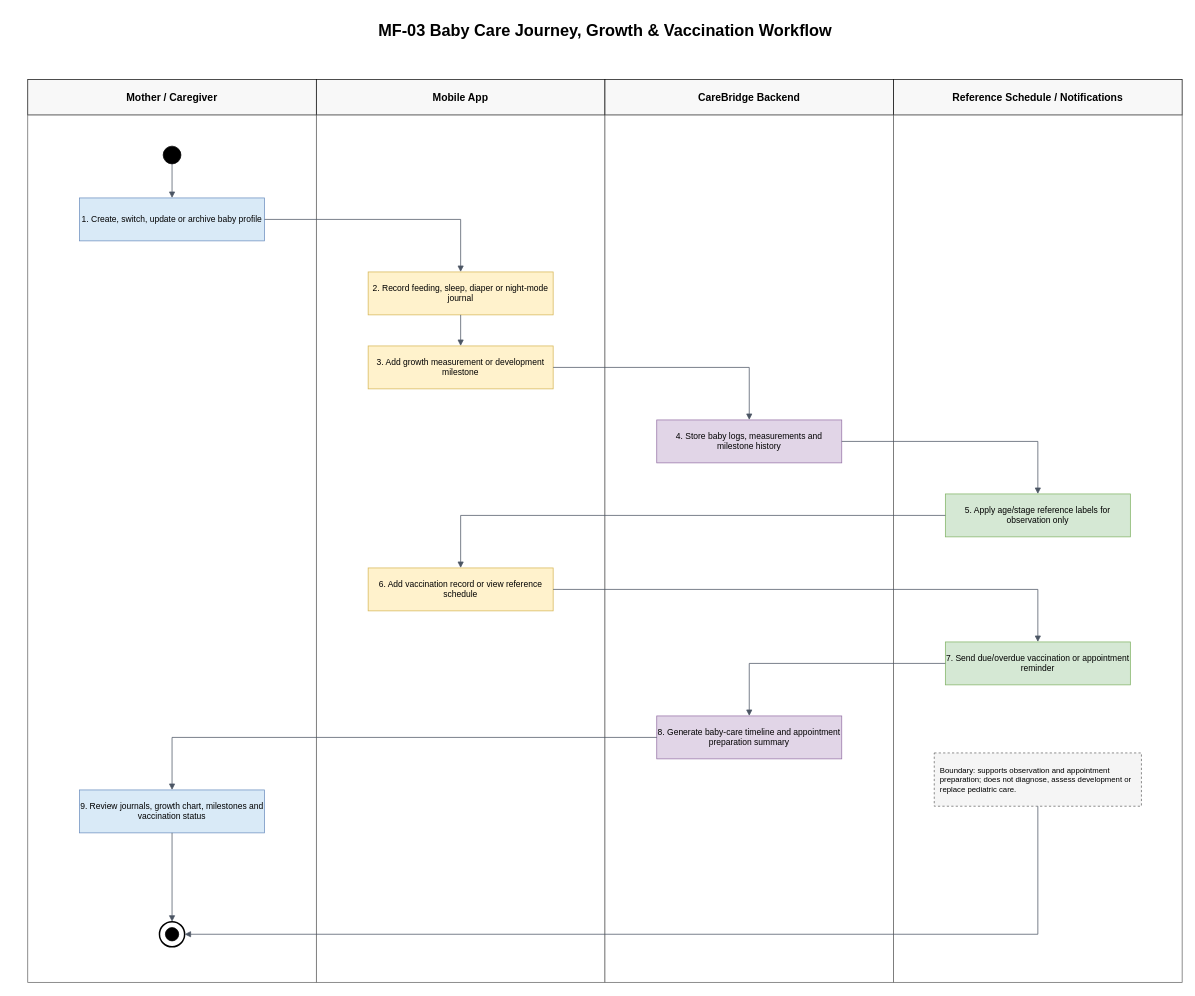
Before: page "MF-03 Baby Care Journey, Growth & Vaccination Workflow" (3 of 7) of 03_Design/ActivityDiagram/CareBridge-Main-Workflows.drawio in ChuongBDHE172784/CareBridge_SEP490_G79, a draw.io diagram. Source tidied: cells renumbered, new cells numbered last; positions are measured from the earlier drawing's top-left corner, leaving out a move shared by most shapes. Both pictures are drawn from the tidied source at 74%, with x=0, y=0 at pixel (27, 13).
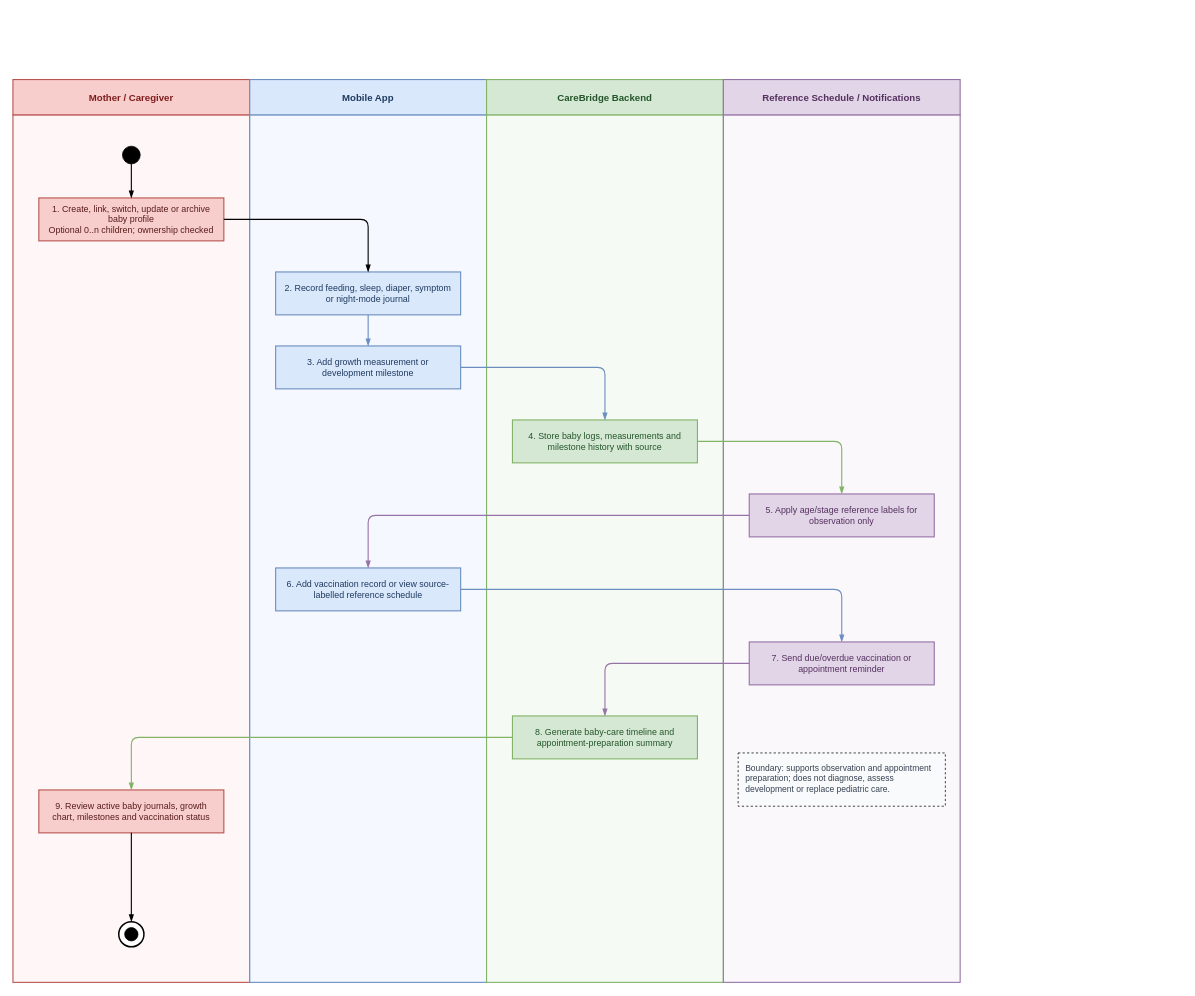
The same diagram, later.

The edit, as a diff of the source:
```diff
@@
-    <mxCell id="2" value="MF-03 Baby Care Journey, Growth &amp; Vaccination Workflow" style="text;html=1;strokeColor=none;fillColor=none;fontFamily=Arial;fontSize=22;fontStyle=1;align=center;verticalAlign=middle;" parent="1" vertex="1">
-      <mxGeometry width="1560" height="50" as="geometry" />
-    </mxCell>
-    <mxCell id="3" value="Mother / Caregiver" style="rounded=0;whiteSpace=wrap;html=1;fillColor=#f8f8f8;strokeColor=#111111;strokeWidth=1;fontStyle=1;fontSize=14;fontFamily=Arial;" parent="1" vertex="1">
-      <mxGeometry y="90" width="390" height="48" as="geometry" />
+    <mxCell id="3" value="Mother / Caregiver" style="rounded=0;whiteSpace=wrap;html=1;fillColor=#F8CECC;strokeColor=#B85450;strokeWidth=1.5;fontStyle=1;fontSize=13;fontFamily=Arial;fontColor=#7F1D1D;align=center;verticalAlign=middle;" parent="1" vertex="1">
+      <mxGeometry x="-20" y="90" width="320" height="48" as="geometry" />
     </mxCell>
-    <mxCell id="4" style="rounded=0;whiteSpace=wrap;html=1;fillColor=#ffffff;strokeColor=#666666;strokeWidth=1;fontFamily=Arial;" parent="1" vertex="1">
-      <mxGeometry y="138" width="390" height="1172" as="geometry" />
+    <mxCell id="4" style="rounded=0;whiteSpace=wrap;html=1;fillColor=#FFF7F7;strokeColor=#B85450;strokeWidth=1.5;fontFamily=Arial;" parent="1" vertex="1">
+      <mxGeometry x="-20" y="138" width="320" height="1172" as="geometry" />
     </mxCell>
-    <mxCell id="5" value="Mobile App" style="rounded=0;whiteSpace=wrap;html=1;fillColor=#f8f8f8;strokeColor=#111111;strokeWidth=1;fontStyle=1;fontSize=14;fontFamily=Arial;" parent="1" vertex="1">
-      <mxGeometry x="390" y="90" width="390" height="48" as="geometry" />
+    <mxCell id="5" value="Mobile App" style="rounded=0;whiteSpace=wrap;html=1;fillColor=#DAE8FC;strokeColor=#6C8EBF;strokeWidth=1.5;fontStyle=1;fontSize=13;fontFamily=Arial;fontColor=#1E3A5F;align=center;verticalAlign=middle;" parent="1" vertex="1">
+      <mxGeometry x="300" y="90" width="320" height="48" as="geometry" />
     </mxCell>
-    <mxCell id="6" style="rounded=0;whiteSpace=wrap;html=1;fillColor=#ffffff;strokeColor=#666666;strokeWidth=1;fontFamily=Arial;" parent="1" vertex="1">
-      <mxGeometry x="390" y="138" width="390" height="1172" as="geometry" />
+    <mxCell id="6" style="rounded=0;whiteSpace=wrap;html=1;fillColor=#F5F9FF;strokeColor=#6C8EBF;strokeWidth=1.5;fontFamily=Arial;" parent="1" vertex="1">
+      <mxGeometry x="300" y="138" width="320" height="1172" as="geometry" />
     </mxCell>
-    <mxCell id="7" value="CareBridge Backend" style="rounded=0;whiteSpace=wrap;html=1;fillColor=#f8f8f8;strokeColor=#111111;strokeWidth=1;fontStyle=1;fontSize=14;fontFamily=Arial;" parent="1" vertex="1">
-      <mxGeometry x="780" y="90" width="390" height="48" as="geometry" />
+    <mxCell id="7" value="CareBridge Backend" style="rounded=0;whiteSpace=wrap;html=1;fillColor=#D5E8D4;strokeColor=#82B366;strokeWidth=1.5;fontStyle=1;fontSize=13;fontFamily=Arial;fontColor=#24552A;align=center;verticalAlign=middle;" parent="1" vertex="1">
+      <mxGeometry x="620" y="90" width="320" height="48" as="geometry" />
     </mxCell>
-    <mxCell id="8" style="rounded=0;whiteSpace=wrap;html=1;fillColor=#ffffff;strokeColor=#666666;strokeWidth=1;fontFamily=Arial;" parent="1" vertex="1">
-      <mxGeometry x="780" y="138" width="390" height="1172" as="geometry" />
+    <mxCell id="8" style="rounded=0;whiteSpace=wrap;html=1;fillColor=#F5FBF4;strokeColor=#82B366;strokeWidth=1.5;fontFamily=Arial;" parent="1" vertex="1">
+      <mxGeometry x="620" y="138" width="320" height="1172" as="geometry" />
     </mxCell>
-    <mxCell id="9" value="Reference Schedule / Notifications" style="rounded=0;whiteSpace=wrap;html=1;fillColor=#f8f8f8;strokeColor=#111111;strokeWidth=1;fontStyle=1;fontSize=14;fontFamily=Arial;" parent="1" vertex="1">
-      <mxGeometry x="1170" y="90" width="390" height="48" as="geometry" />
+    <mxCell id="9" value="Reference Schedule / Notifications" style="rounded=0;whiteSpace=wrap;html=1;fillColor=#E1D5E7;strokeColor=#9673A6;strokeWidth=1.5;fontStyle=1;fontSize=13;fontFamily=Arial;fontColor=#55305F;align=center;verticalAlign=middle;" parent="1" vertex="1">
+      <mxGeometry x="940" y="90" width="320" height="48" as="geometry" />
     </mxCell>
-    <mxCell id="10" style="rounded=0;whiteSpace=wrap;html=1;fillColor=#ffffff;strokeColor=#666666;strokeWidth=1;fontFamily=Arial;" parent="1" vertex="1">
-      <mxGeometry x="1170" y="138" width="390" height="1172" as="geometry" />
+    <mxCell id="10" style="rounded=0;whiteSpace=wrap;html=1;fillColor=#FBF8FC;strokeColor=#9673A6;strokeWidth=1.5;fontFamily=Arial;" parent="1" vertex="1">
+      <mxGeometry x="940" y="138" width="320" height="1172" as="geometry" />
     </mxCell>
     <mxCell id="11" style="ellipse;whiteSpace=wrap;html=1;fillColor=#000000;strokeColor=#000000;strokeWidth=1;fontSize=1;fontColor=#000000;" parent="1" vertex="1">
-      <mxGeometry x="183" y="180" width="24" height="24" as="geometry" />
+      <mxGeometry x="128" y="180" width="24" height="24" as="geometry" />
     </mxCell>
-    <mxCell id="12" value="1. Create, switch, update or archive baby profile" style="rounded=0;whiteSpace=wrap;html=1;fillColor=#d9eaf7;strokeColor=#6c8ebf;fontSize=11.5;fontFamily=Arial;align=center;verticalAlign=middle;" parent="1" vertex="1">
-      <mxGeometry x="70" y="250" width="250" height="58" as="geometry" />
+    <mxCell id="12" value="1. Create, link, switch, update or archive baby profile&#10;Optional 0..n children; ownership checked" style="rounded=0;whiteSpace=wrap;html=1;fillColor=#F8CECC;strokeColor=#B85450;strokeWidth=1.5;fontFamily=Arial;fontSize=12;fontColor=#581C1C;align=center;verticalAlign=middle;spacing=8;" parent="1" vertex="1">
+      <mxGeometry x="15" y="250" width="250" height="58" as="geometry" />
     </mxCell>
-    <mxCell id="13" value="2. Record feeding, sleep, diaper or night-mode journal" style="rounded=0;whiteSpace=wrap;html=1;fillColor=#fff2cc;strokeColor=#d6b656;fontSize=11.5;fontFamily=Arial;align=center;verticalAlign=middle;" parent="1" vertex="1">
-      <mxGeometry x="460" y="350" width="250" height="58" as="geometry" />
+    <mxCell id="13" value="2. Record feeding, sleep, diaper, symptom or night-mode journal" style="rounded=0;whiteSpace=wrap;html=1;fillColor=#DAE8FC;strokeColor=#6C8EBF;strokeWidth=1.5;fontFamily=Arial;fontSize=12;fontColor=#1E3A5F;align=center;verticalAlign=middle;spacing=8;" parent="1" vertex="1">
+      <mxGeometry x="335" y="350" width="250" height="58" as="geometry" />
     </mxCell>
-    <mxCell id="14" value="3. Add growth measurement or development milestone" style="rounded=0;whiteSpace=wrap;html=1;fillColor=#fff2cc;strokeColor=#d6b656;fontSize=11.5;fontFamily=Arial;align=center;verticalAlign=middle;" parent="1" vertex="1">
-      <mxGeometry x="460" y="450" width="250" height="58" as="geometry" />
+    <mxCell id="14" value="3. Add growth measurement or development milestone" style="rounded=0;whiteSpace=wrap;html=1;fillColor=#DAE8FC;strokeColor=#6C8EBF;strokeWidth=1.5;fontFamily=Arial;fontSize=12;fontColor=#1E3A5F;align=center;verticalAlign=middle;spacing=8;" parent="1" vertex="1">
+      <mxGeometry x="335" y="450" width="250" height="58" as="geometry" />
     </mxCell>
-    <mxCell id="15" value="4. Store baby logs, measurements and milestone history" style="rounded=0;whiteSpace=wrap;html=1;fillColor=#e1d5e7;strokeColor=#9673a6;fontSize=11.5;fontFamily=Arial;align=center;verticalAlign=middle;" parent="1" vertex="1">
-      <mxGeometry x="850" y="550" width="250" height="58" as="geometry" />
+    <mxCell id="15" value="4. Store baby logs, measurements and milestone history with source" style="rounded=0;whiteSpace=wrap;html=1;fillColor=#D5E8D4;strokeColor=#82B366;strokeWidth=1.5;fontFamily=Arial;fontSize=12;fontColor=#24552A;align=center;verticalAlign=middle;spacing=8;" parent="1" vertex="1">
+      <mxGeometry x="655" y="550" width="250" height="58" as="geometry" />
     </mxCell>
-    <mxCell id="16" value="5. Apply age/stage reference labels for observation only" style="rounded=0;whiteSpace=wrap;html=1;fillColor=#d5e8d4;strokeColor=#82b366;fontSize=11.5;fontFamily=Arial;align=center;verticalAlign=middle;" parent="1" vertex="1">
-      <mxGeometry x="1240" y="650" width="250" height="58" as="geometry" />
+    <mxCell id="16" value="5. Apply age/stage reference labels for observation only" style="rounded=0;whiteSpace=wrap;html=1;fillColor=#E1D5E7;strokeColor=#9673A6;strokeWidth=1.5;fontFamily=Arial;fontSize=12;fontColor=#55305F;align=center;verticalAlign=middle;spacing=8;" parent="1" vertex="1">
+      <mxGeometry x="975" y="650" width="250" height="58" as="geometry" />
     </mxCell>
-    <mxCell id="17" value="6. Add vaccination record or view reference schedule" style="rounded=0;whiteSpace=wrap;html=1;fillColor=#fff2cc;strokeColor=#d6b656;fontSize=11.5;fontFamily=Arial;align=center;verticalAlign=middle;" parent="1" vertex="1">
-      <mxGeometry x="460" y="750" width="250" height="58" as="geometry" />
+    <mxCell id="17" value="6. Add vaccination record or view source-labelled reference schedule" style="rounded=0;whiteSpace=wrap;html=1;fillColor=#DAE8FC;strokeColor=#6C8EBF;strokeWidth=1.5;fontFamily=Arial;fontSize=12;fontColor=#1E3A5F;align=center;verticalAlign=middle;spacing=8;" parent="1" vertex="1">
+      <mxGeometry x="335" y="750" width="250" height="58" as="geometry" />
     </mxCell>
-    <mxCell id="18" value="7. Send due/overdue vaccination or appointment reminder" style="rounded=0;whiteSpace=wrap;html=1;fillColor=#d5e8d4;strokeColor=#82b366;fontSize=11.5;fontFamily=Arial;align=center;verticalAlign=middle;" parent="1" vertex="1">
-      <mxGeometry x="1240" y="850" width="250" height="58" as="geometry" />
+    <mxCell id="18" value="7. Send due/overdue vaccination or appointment reminder" style="rounded=0;whiteSpace=wrap;html=1;fillColor=#E1D5E7;strokeColor=#9673A6;strokeWidth=1.5;fontFamily=Arial;fontSize=12;fontColor=#55305F;align=center;verticalAlign=middle;spacing=8;" parent="1" vertex="1">
+      <mxGeometry x="975" y="850" width="250" height="58" as="geometry" />
     </mxCell>
-    <mxCell id="19" value="8. Generate baby-care timeline and appointment preparation summary" style="rounded=0;whiteSpace=wrap;html=1;fillColor=#e1d5e7;strokeColor=#9673a6;fontSize=11.5;fontFamily=Arial;align=center;verticalAlign=middle;" parent="1" vertex="1">
-      <mxGeometry x="850" y="950" width="250" height="58" as="geometry" />
+    <mxCell id="19" value="8. Generate baby-care timeline and appointment-preparation summary" style="rounded=0;whiteSpace=wrap;html=1;fillColor=#D5E8D4;strokeColor=#82B366;strokeWidth=1.5;fontFamily=Arial;fontSize=12;fontColor=#24552A;align=center;verticalAlign=middle;spacing=8;" parent="1" vertex="1">
+      <mxGeometry x="655" y="950" width="250" height="58" as="geometry" />
     </mxCell>
-    <mxCell id="20" value="9. Review journals, growth chart, milestones and vaccination status" style="rounded=0;whiteSpace=wrap;html=1;fillColor=#d9eaf7;strokeColor=#6c8ebf;fontSize=11.5;fontFamily=Arial;align=center;verticalAlign=middle;" parent="1" vertex="1">
-      <mxGeometry x="70" y="1050" width="250" height="58" as="geometry" />
+    <mxCell id="20" value="9. Review active baby journals, growth chart, milestones and vaccination status" style="rounded=0;whiteSpace=wrap;html=1;fillColor=#F8CECC;strokeColor=#B85450;strokeWidth=1.5;fontFamily=Arial;fontSize=12;fontColor=#581C1C;align=center;verticalAlign=middle;spacing=8;" parent="1" vertex="1">
+      <mxGeometry x="15" y="1050" width="250" height="58" as="geometry" />
     </mxCell>
-    <mxCell id="21" value="Boundary: supports observation and appointment preparation; does not diagnose, assess development or replace pediatric care." style="rounded=0;whiteSpace=wrap;html=1;fillColor=#f5f5f5;strokeColor=#666666;dashed=1;fontSize=10.5;fontFamily=Arial;align=left;spacing=8;" parent="1" vertex="1">
-      <mxGeometry x="1225" y="1000" width="280" height="72" as="geometry" />
+    <mxCell id="21" value="Boundary: supports observation and appointment preparation; does not diagnose, assess development or replace pediatric care." style="rounded=0;whiteSpace=wrap;html=1;fillColor=#F9FAFB;strokeColor=#000000;dashed=1;fontFamily=Arial;fontSize=11.5;fontColor=#374151;align=left;verticalAlign=top;spacing=10;" parent="1" vertex="1">
+      <mxGeometry x="960" y="1000" width="280" height="72" as="geometry" />
     </mxCell>
     <mxCell id="22" style="ellipse;whiteSpace=wrap;html=1;fillColor=#ffffff;strokeColor=#000000;strokeWidth=2;fontSize=1;fontColor=#ffffff;" parent="1" vertex="1">
-      <mxGeometry x="178" y="1228" width="34" height="34" as="geometry" />
+      <mxGeometry x="123" y="1228" width="34" height="34" as="geometry" />
     </mxCell>
     <mxCell id="23" style="ellipse;whiteSpace=wrap;html=1;fillColor=#000000;strokeColor=#000000;strokeWidth=1;fontSize=1;fontColor=#000000;" parent="1" vertex="1">
-      <mxGeometry x="186" y="1236" width="18" height="18" as="geometry" />
+      <mxGeometry x="131" y="1236" width="18" height="18" as="geometry" />
     </mxCell>
-    <mxCell id="24" style="edgeStyle=orthogonalEdgeStyle;rounded=0;jettySize=auto;html=1;endArrow=block;endFill=1;fontFamily=Arial;fontSize=10.5;strokeColor=#4B5563;" parent="1" edge="1" source="11" target="12">
+    <mxCell id="24" style="edgeStyle=orthogonalEdgeStyle;rounded=1;jettySize=auto;html=1;endArrow=blockThin;endFill=1;strokeWidth=1.5;fontFamily=Arial;fontSize=11;labelBackgroundColor=#FFFFFF;strokeColor=#000000;" parent="1" edge="1" source="11" target="12">
       <mxGeometry relative="1" as="geometry" />
     </mxCell>
-    <mxCell id="25" style="edgeStyle=orthogonalEdgeStyle;rounded=0;jettySize=auto;html=1;endArrow=block;endFill=1;fontFamily=Arial;fontSize=10.5;strokeColor=#4B5563;" parent="1" edge="1" source="12" target="13">
+    <mxCell id="25" style="edgeStyle=orthogonalEdgeStyle;rounded=1;jettySize=auto;html=1;endArrow=blockThin;endFill=1;strokeWidth=1.5;fontFamily=Arial;fontSize=11;labelBackgroundColor=#FFFFFF;strokeColor=#000000;" parent="1" edge="1" source="12" target="13">
       <mxGeometry relative="1" as="geometry" />
     </mxCell>
-    <mxCell id="26" style="edgeStyle=orthogonalEdgeStyle;rounded=0;jettySize=auto;html=1;endArrow=block;endFill=1;fontFamily=Arial;fontSize=10.5;strokeColor=#4B5563;" parent="1" edge="1" source="13" target="14">
+    <mxCell id="26" style="edgeStyle=orthogonalEdgeStyle;rounded=1;jettySize=auto;html=1;endArrow=blockThin;endFill=1;strokeWidth=1.5;fontFamily=Arial;fontSize=11;labelBackgroundColor=#FFFFFF;strokeColor=#6C8EBF;" parent="1" edge="1" source="13" target="14">
       <mxGeometry relative="1" as="geometry" />
     </mxCell>
-    <mxCell id="27" style="edgeStyle=orthogonalEdgeStyle;rounded=0;jettySize=auto;html=1;endArrow=block;endFill=1;fontFamily=Arial;fontSize=10.5;strokeColor=#4B5563;" parent="1" edge="1" source="14" target="15">
+    <mxCell id="27" style="edgeStyle=orthogonalEdgeStyle;rounded=1;jettySize=auto;html=1;endArrow=blockThin;endFill=1;strokeWidth=1.5;fontFamily=Arial;fontSize=11;labelBackgroundColor=#FFFFFF;strokeColor=#6C8EBF;" parent="1" edge="1" source="14" target="15">
       <mxGeometry relative="1" as="geometry" />
     </mxCell>
-    <mxCell id="28" style="edgeStyle=orthogonalEdgeStyle;rounded=0;jettySize=auto;html=1;endArrow=block;endFill=1;fontFamily=Arial;fontSize=10.5;strokeColor=#4B5563;" parent="1" edge="1" source="15" target="16">
+    <mxCell id="28" style="edgeStyle=orthogonalEdgeStyle;rounded=1;jettySize=auto;html=1;endArrow=blockThin;endFill=1;strokeWidth=1.5;fontFamily=Arial;fontSize=11;labelBackgroundColor=#FFFFFF;strokeColor=#82B366;" parent="1" edge="1" source="15" target="16">
       <mxGeometry relative="1" as="geometry" />
     </mxCell>
-    <mxCell id="29" style="edgeStyle=orthogonalEdgeStyle;rounded=0;jettySize=auto;html=1;endArrow=block;endFill=1;fontFamily=Arial;fontSize=10.5;strokeColor=#4B5563;" parent="1" edge="1" source="16" target="17">
+    <mxCell id="29" style="edgeStyle=orthogonalEdgeStyle;rounded=1;jettySize=auto;html=1;endArrow=blockThin;endFill=1;strokeWidth=1.5;fontFamily=Arial;fontSize=11;labelBackgroundColor=#FFFFFF;strokeColor=#9673A6;" parent="1" edge="1" source="16" target="17">
       <mxGeometry relative="1" as="geometry" />
     </mxCell>
-    <mxCell id="30" style="edgeStyle=orthogonalEdgeStyle;rounded=0;jettySize=auto;html=1;endArrow=block;endFill=1;fontFamily=Arial;fontSize=10.5;strokeColor=#4B5563;" parent="1" edge="1" source="17" target="18">
+    <mxCell id="30" style="edgeStyle=orthogonalEdgeStyle;rounded=1;jettySize=auto;html=1;endArrow=blockThin;endFill=1;strokeWidth=1.5;fontFamily=Arial;fontSize=11;labelBackgroundColor=#FFFFFF;strokeColor=#6C8EBF;" parent="1" edge="1" source="17" target="18">
       <mxGeometry relative="1" as="geometry" />
     </mxCell>
-    <mxCell id="31" style="edgeStyle=orthogonalEdgeStyle;rounded=0;jettySize=auto;html=1;endArrow=block;endFill=1;fontFamily=Arial;fontSize=10.5;strokeColor=#4B5563;" parent="1" edge="1" source="18" target="19">
+    <mxCell id="31" style="edgeStyle=orthogonalEdgeStyle;rounded=1;jettySize=auto;html=1;endArrow=blockThin;endFill=1;strokeWidth=1.5;fontFamily=Arial;fontSize=11;labelBackgroundColor=#FFFFFF;strokeColor=#9673A6;" parent="1" edge="1" source="18" target="19">
       <mxGeometry relative="1" as="geometry" />
     </mxCell>
-    <mxCell id="32" style="edgeStyle=orthogonalEdgeStyle;rounded=0;jettySize=auto;html=1;endArrow=block;endFill=1;fontFamily=Arial;fontSize=10.5;strokeColor=#4B5563;" parent="1" edge="1" source="19" target="20">
+    <mxCell id="32" style="edgeStyle=orthogonalEdgeStyle;rounded=1;jettySize=auto;html=1;endArrow=blockThin;endFill=1;strokeWidth=1.5;fontFamily=Arial;fontSize=11;labelBackgroundColor=#FFFFFF;strokeColor=#82B366;" parent="1" edge="1" source="19" target="20">
       <mxGeometry relative="1" as="geometry" />
     </mxCell>
-    <mxCell id="33" style="edgeStyle=orthogonalEdgeStyle;rounded=0;jettySize=auto;html=1;endArrow=block;endFill=1;fontFamily=Arial;fontSize=10.5;strokeColor=#4B5563;" parent="1" edge="1" source="20" target="22">
+    <mxCell id="33" style="edgeStyle=orthogonalEdgeStyle;rounded=1;jettySize=auto;html=1;endArrow=blockThin;endFill=1;strokeWidth=1.5;fontFamily=Arial;fontSize=11;labelBackgroundColor=#FFFFFF;strokeColor=#000000;" parent="1" edge="1" source="20" target="22">
       <mxGeometry relative="1" as="geometry" />
     </mxCell>
-    <mxCell id="34" style="edgeStyle=orthogonalEdgeStyle;rounded=0;jettySize=auto;html=1;endArrow=block;endFill=1;fontFamily=Arial;fontSize=10.5;strokeColor=#4B5563;" parent="1" edge="1" source="21" target="22">
-      <mxGeometry relative="1" as="geometry">
-        <Array as="points">
-          <mxPoint x="1365" y="1245" />
-        </Array>
-      </mxGeometry>
-    </mxCell>
```
